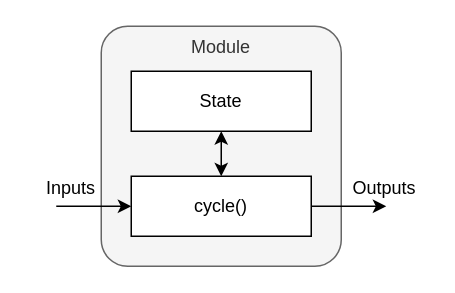
HULKs/hulk keeps this draw.io diagram as docs/framework/module.drawio. Above is the earlier version. Source tidied: cells renumbered, new cells numbered last; positions are measured from the earlier drawing's top-left corner, leaving out a move shared by most shapes. Both pictures are drawn from the tidied source at 150%, with x=0, y=0 at pixel (26, 26).
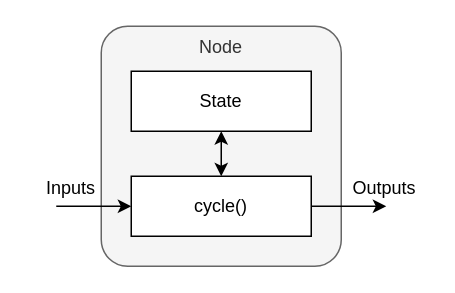
Above is the later version.

Change to the diagram source:
```diff
@@
 <mxGraphModel>
   <root>
     <mxCell id="0" />
     <mxCell id="1" parent="0" />
-    <mxCell id="2" value="Module" style="rounded=1;whiteSpace=wrap;html=1;verticalAlign=top;arcSize=11;fillColor=#f5f5f5;fontColor=#333333;strokeColor=#666666;" parent="1" vertex="1">
+    <mxCell id="2" value="Node" style="rounded=1;whiteSpace=wrap;html=1;verticalAlign=top;arcSize=11;fillColor=#f5f5f5;fontColor=#333333;strokeColor=#666666;" parent="1" vertex="1">
       <mxGeometry x="50" width="160" height="160" as="geometry" />
     </mxCell>
     <mxCell id="3" value="State" style="rounded=0;whiteSpace=wrap;html=1;" parent="1" vertex="1">
       <mxGeometry x="70" y="30" width="120" height="40" as="geometry" />
     </mxCell>
     <mxCell id="4" style="edgeStyle=orthogonalEdgeStyle;rounded=0;jettySize=auto;html=1;exitX=0.5;exitY=0;exitDx=0;exitDy=0;entryX=0.5;entryY=1;entryDx=0;entryDy=0;startArrow=classic;startFill=1;" parent="1" edge="1" source="7" target="3">
       <mxGeometry relative="1" as="geometry" />
     </mxCell>
     <mxCell id="5" style="edgeStyle=orthogonalEdgeStyle;rounded=0;jettySize=auto;html=1;exitX=1;exitY=0.5;exitDx=0;exitDy=0;" parent="1" edge="1" source="7">
       <mxGeometry relative="1" as="geometry">
         <mxPoint x="240" y="120" as="targetPoint" />
       </mxGeometry>
     </mxCell>
     <mxCell id="6" style="edgeStyle=orthogonalEdgeStyle;rounded=0;jettySize=auto;html=1;exitX=0;exitY=0.5;exitDx=0;exitDy=0;startArrow=classic;startFill=1;endArrow=none;endFill=0;" parent="1" edge="1" source="7">
       <mxGeometry relative="1" as="geometry">
         <mxPoint x="20" y="120" as="targetPoint" />
       </mxGeometry>
     </mxCell>
     <mxCell id="7" value="cycle()" style="rounded=0;whiteSpace=wrap;html=1;" parent="1" vertex="1">
       <mxGeometry x="70" y="100" width="120" height="40" as="geometry" />
     </mxCell>
     <mxCell id="8" value="&lt;div&gt;Inputs&lt;/div&gt;" style="text;html=1;strokeColor=none;fillColor=none;align=center;verticalAlign=middle;whiteSpace=wrap;rounded=0;" parent="1" vertex="1">
       <mxGeometry y="93" width="60" height="30" as="geometry" />
     </mxCell>
     <mxCell id="9" value="Outputs" style="text;html=1;strokeColor=none;fillColor=none;align=center;verticalAlign=middle;whiteSpace=wrap;rounded=0;" parent="1" vertex="1">
       <mxGeometry x="209" y="93" width="60" height="30" as="geometry" />
     </mxCell>
   </root>
 </mxGraphModel>
```
